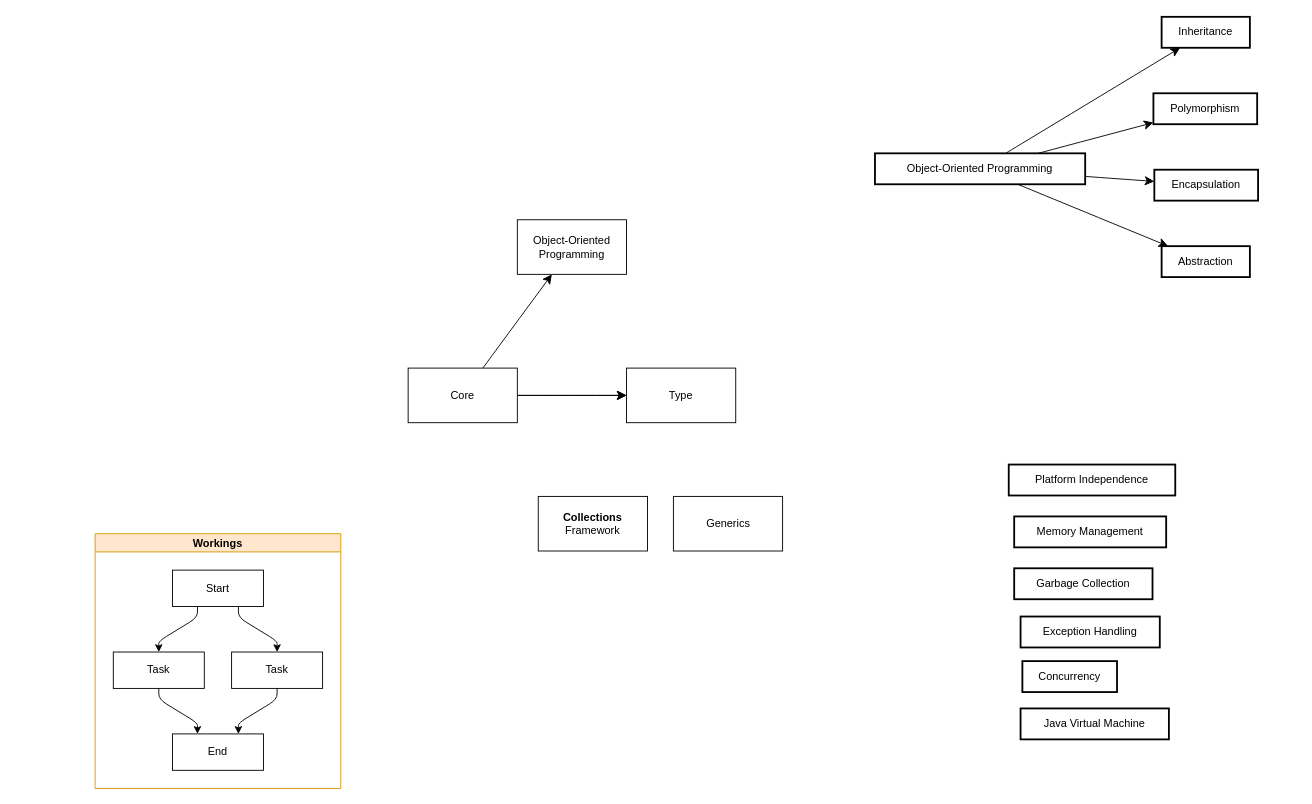
The draw.io diagram page "Java" (1 of 5) of Programming Languages.drawio in sunflynf/diagram-only, before the edit. Source tidied: cells renumbered, new cells numbered last; positions are measured from the earlier drawing's top-left corner, leaving out a move shared by most shapes. Both pictures are drawn from the tidied source at 91%, with x=0, y=0 at pixel (95, 16).
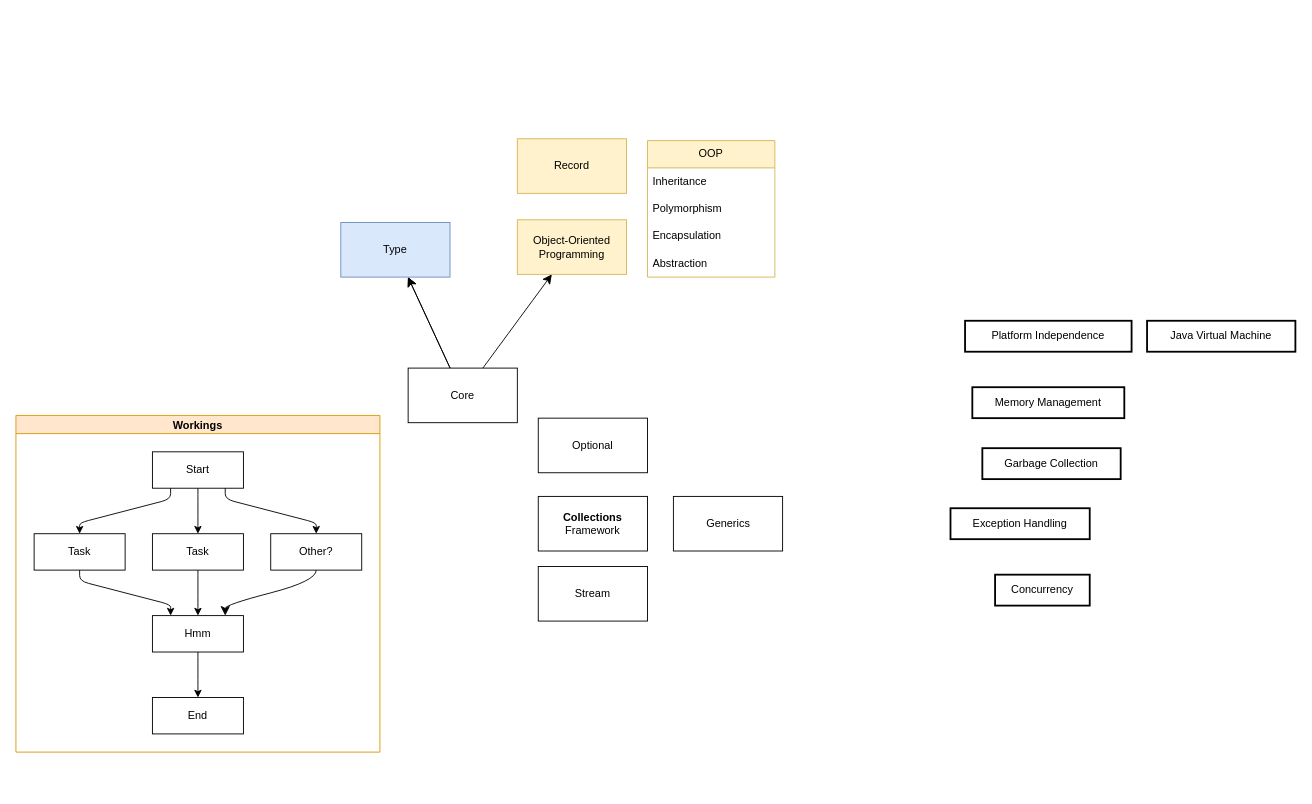
The same diagram, later.

Unchanged cells that the change refers to:
```xml
<mxCell id="24" value="Task" style="whiteSpace=wrap;html=1;" parent="22" vertex="1">
  <mxGeometry x="20" y="130" width="100" height="40" as="geometry" />
</mxCell>
<mxCell id="26" value="Task" style="whiteSpace=wrap;html=1;" parent="22" vertex="1">
  <mxGeometry x="150" y="130" width="100" height="40" as="geometry" />
</mxCell>
<mxCell id="32" value="&lt;b&gt;Collections&lt;/b&gt; Framework" style="whiteSpace=wrap;html=1;" parent="1" vertex="1">
  <mxGeometry x="487" y="527" width="120" height="60" as="geometry" />
</mxCell>
```

Change to the diagram source:
```diff
@@
-    <mxCell id="2" style="edgeStyle=none;curved=1;rounded=0;jettySize=auto;html=1;fontSize=12;startSize=8;endSize=8;" parent="1" edge="1" source="6" target="14">
-      <mxGeometry relative="1" as="geometry" />
-    </mxCell>
-    <mxCell id="3" style="edgeStyle=none;curved=1;rounded=0;jettySize=auto;html=1;fontSize=12;startSize=8;endSize=8;" parent="1" edge="1" source="6" target="13">
-      <mxGeometry relative="1" as="geometry" />
-    </mxCell>
-    <mxCell id="4" style="edgeStyle=none;curved=1;rounded=0;jettySize=auto;html=1;fontSize=12;startSize=8;endSize=8;" parent="1" edge="1" source="6" target="12">
-      <mxGeometry relative="1" as="geometry" />
-    </mxCell>
-    <mxCell id="5" style="edgeStyle=none;curved=1;rounded=0;jettySize=auto;html=1;fontSize=12;startSize=8;endSize=8;" parent="1" edge="1" source="6" target="15">
-      <mxGeometry relative="1" as="geometry" />
-    </mxCell>
-    <mxCell id="6" value="Object-Oriented Programming" style="whiteSpace=wrap;strokeWidth=2;" parent="1" vertex="1">
-      <mxGeometry x="857" y="150" width="231" height="34" as="geometry" />
-    </mxCell>
     <mxCell id="7" value="Platform Independence" style="whiteSpace=wrap;strokeWidth=2;" parent="1" vertex="1">
-      <mxGeometry x="1004" y="492" width="183" height="34" as="geometry" />
+      <mxGeometry x="956" y="334" width="183" height="34" as="geometry" />
     </mxCell>
     <mxCell id="8" value="Memory Management" style="whiteSpace=wrap;strokeWidth=2;" parent="1" vertex="1">
-      <mxGeometry x="1010" y="549" width="167" height="34" as="geometry" />
+      <mxGeometry x="964" y="407" width="167" height="34" as="geometry" />
     </mxCell>
     <mxCell id="9" value="Garbage Collection" style="whiteSpace=wrap;strokeWidth=2;" parent="1" vertex="1">
-      <mxGeometry x="1010" y="606" width="152" height="34" as="geometry" />
+      <mxGeometry x="975" y="474" width="152" height="34" as="geometry" />
     </mxCell>
     <mxCell id="10" value="Exception Handling" style="whiteSpace=wrap;strokeWidth=2;" parent="1" vertex="1">
-      <mxGeometry x="1017" y="659" width="153" height="34" as="geometry" />
+      <mxGeometry x="940" y="540" width="153" height="34" as="geometry" />
     </mxCell>
     <mxCell id="11" value="Concurrency" style="whiteSpace=wrap;strokeWidth=2;" parent="1" vertex="1">
-      <mxGeometry x="1019" y="708" width="104" height="34" as="geometry" />
+      <mxGeometry x="989" y="613" width="104" height="34" as="geometry" />
     </mxCell>
-    <mxCell id="12" value="Inheritance" style="whiteSpace=wrap;strokeWidth=2;" parent="1" vertex="1">
-      <mxGeometry x="1172" width="97" height="34" as="geometry" />
-    </mxCell>
-    <mxCell id="13" value="Polymorphism" style="whiteSpace=wrap;strokeWidth=2;" parent="1" vertex="1">
-      <mxGeometry x="1163" y="84" width="114" height="34" as="geometry" />
-    </mxCell>
-    <mxCell id="14" value="Encapsulation" style="whiteSpace=wrap;strokeWidth=2;" parent="1" vertex="1">
-      <mxGeometry x="1164" y="168" width="114" height="34" as="geometry" />
-    </mxCell>
-    <mxCell id="15" value="Abstraction" style="whiteSpace=wrap;strokeWidth=2;" parent="1" vertex="1">
-      <mxGeometry x="1172" y="252" width="97" height="34" as="geometry" />
-    </mxCell>
     <mxCell id="16" value="Java Virtual Machine" style="whiteSpace=wrap;strokeWidth=2;" parent="1" vertex="1">
-      <mxGeometry x="1017" y="760" width="163" height="34" as="geometry" />
+      <mxGeometry x="1156" y="334" width="163" height="34" as="geometry" />
     </mxCell>
@@
-    <mxCell id="21" value="Object-Oriented Programming" style="whiteSpace=wrap;html=1;verticalAlign=middle;" parent="1" vertex="1">
+    <mxCell id="21" value="Object-Oriented Programming" style="whiteSpace=wrap;html=1;verticalAlign=middle;fillColor=#fff2cc;strokeColor=#d6b656;" parent="1" vertex="1">
       <mxGeometry x="464" y="223" width="120" height="60" as="geometry" />
     </mxCell>
     <mxCell id="22" value="Workings" style="swimlane;startSize=20;horizontal=1;flowOrientation=north;interRankCellSpacing=50;containerType=tree;fontSize=12;fillColor=#ffe6cc;strokeColor=#d79b00;" parent="1" vertex="1">
-      <mxGeometry y="568" width="270" height="280" as="geometry" />
+      <mxGeometry x="-87" y="438" width="400" height="370" as="geometry" />
     </mxCell>
     <mxCell id="23" value="Start" style="whiteSpace=wrap;html=1;" parent="22" vertex="1">
-      <mxGeometry x="85" y="40" width="100" height="40" as="geometry" />
+      <mxGeometry x="150" y="40" width="100" height="40" as="geometry" />
     </mxCell>
@@
     <mxCell id="25" style="html=1;rounded=1;curved=0;sourcePerimeterSpacing=0;targetPerimeterSpacing=0;startSize=6;endSize=6;fontSize=12;noEdgeStyle=1;orthogonal=1;" parent="22" edge="1" source="23" target="24">
       <mxGeometry relative="1" as="geometry">
         <Array as="points">
-          <mxPoint x="112.5" y="92" />
+          <mxPoint x="170" y="92" />
           <mxPoint x="70" y="118" />
         </Array>
       </mxGeometry>
     </mxCell>
@@
     <mxCell id="27" style="html=1;rounded=1;curved=0;sourcePerimeterSpacing=0;targetPerimeterSpacing=0;startSize=6;endSize=6;fontSize=12;noEdgeStyle=1;orthogonal=1;" parent="22" edge="1" source="23" target="26">
       <mxGeometry relative="1" as="geometry">
         <Array as="points">
-          <mxPoint x="157.5" y="92" />
+          <mxPoint x="200" y="94" />
           <mxPoint x="200" y="118" />
         </Array>
       </mxGeometry>
     </mxCell>
-    <mxCell id="28" value="End" style="whiteSpace=wrap;html=1;" parent="22" vertex="1">
-      <mxGeometry x="85" y="220" width="100" height="40" as="geometry" />
+    <mxCell id="28" value="Hmm" style="whiteSpace=wrap;html=1;" parent="22" vertex="1">
+      <mxGeometry x="150" y="220" width="100" height="40" as="geometry" />
     </mxCell>
     <mxCell id="29" style="html=1;rounded=1;curved=0;sourcePerimeterSpacing=0;targetPerimeterSpacing=0;startSize=6;endSize=6;fontSize=12;noEdgeStyle=1;orthogonal=1;" parent="22" edge="1" source="24" target="28">
       <mxGeometry relative="1" as="geometry">
         <Array as="points">
           <mxPoint x="70" y="182" />
-          <mxPoint x="112.5" y="208" />
+          <mxPoint x="170" y="208" />
         </Array>
       </mxGeometry>
     </mxCell>
     <mxCell id="30" style="html=1;rounded=1;curved=0;sourcePerimeterSpacing=0;targetPerimeterSpacing=0;startSize=6;endSize=6;fontSize=12;noEdgeStyle=1;orthogonal=1;" parent="22" edge="1" source="26" target="28">
       <mxGeometry relative="1" as="geometry">
         <Array as="points">
           <mxPoint x="200" y="182" />
-          <mxPoint x="157.5" y="208" />
+          <mxPoint x="200" y="206" />
         </Array>
       </mxGeometry>
     </mxCell>
+    <mxCell id="34" style="html=1;rounded=1;curved=0;sourcePerimeterSpacing=0;targetPerimeterSpacing=0;startSize=6;endSize=6;fontSize=12;noEdgeStyle=1;orthogonal=1;" parent="22" edge="1" source="28" target="35">
+      <mxGeometry relative="1" as="geometry">
+        <Array as="points">
+          <mxPoint x="200" y="272" />
+          <mxPoint x="200" y="298" />
+        </Array>
+      </mxGeometry>
+    </mxCell>
+    <mxCell id="35" value="End" style="whiteSpace=wrap;html=1;" parent="22" vertex="1">
+      <mxGeometry x="150" y="310" width="100" height="40" as="geometry" />
+    </mxCell>
+    <mxCell id="36" style="html=1;rounded=1;curved=0;sourcePerimeterSpacing=0;targetPerimeterSpacing=0;startSize=6;endSize=6;fontSize=12;noEdgeStyle=1;orthogonal=1;" parent="22" edge="1" source="23" target="38">
+      <mxGeometry relative="1" as="geometry">
+        <Array as="points">
+          <mxPoint x="230" y="92" />
+          <mxPoint x="330" y="118" />
+        </Array>
+      </mxGeometry>
+    </mxCell>
+    <mxCell id="37" style="edgeStyle=none;curved=1;rounded=0;jettySize=auto;html=1;fontSize=12;startSize=8;endSize=8;noEdgeStyle=1;orthogonal=1;" parent="22" edge="1" source="38" target="28">
+      <mxGeometry relative="1" as="geometry">
+        <Array as="points">
+          <mxPoint x="330" y="182" />
+          <mxPoint x="230" y="208" />
+        </Array>
+      </mxGeometry>
+    </mxCell>
+    <mxCell id="38" value="Other?" style="whiteSpace=wrap;html=1;" parent="22" vertex="1">
+      <mxGeometry x="280" y="130" width="100" height="40" as="geometry" />
+    </mxCell>
-    <mxCell id="31" value="Type" style="whiteSpace=wrap;html=1;" parent="1" vertex="1">
-      <mxGeometry x="584" y="386" width="120" height="60" as="geometry" />
+    <mxCell id="31" value="Type" style="whiteSpace=wrap;html=1;fillColor=#dae8fc;strokeColor=#6c8ebf;" parent="1" vertex="1">
+      <mxGeometry x="270" y="226" width="120" height="60" as="geometry" />
     </mxCell>
@@
+    <mxCell id="39" style="edgeStyle=none;curved=1;rounded=0;orthogonalLoop=1;jettySize=auto;html=1;exitX=1;exitY=0.75;exitDx=0;exitDy=0;fontSize=12;startSize=8;endSize=8;" parent="1" edge="1" source="32" target="32">
+      <mxGeometry relative="1" as="geometry" />
+    </mxCell>
+    <mxCell id="40" value="Stream" style="whiteSpace=wrap;html=1;" parent="1" vertex="1">
+      <mxGeometry x="487" y="604" width="120" height="60" as="geometry" />
+    </mxCell>
+    <mxCell id="41" value="Record" style="whiteSpace=wrap;html=1;fillColor=#fff2cc;strokeColor=#d6b656;" parent="1" vertex="1">
+      <mxGeometry x="464" y="134" width="120" height="60" as="geometry" />
+    </mxCell>
+    <mxCell id="42" value="Optional" style="whiteSpace=wrap;html=1;" parent="1" vertex="1">
+      <mxGeometry x="487" y="441" width="120" height="60" as="geometry" />
+    </mxCell>
+    <mxCell id="43" value="OOP" style="swimlane;fontStyle=0;horizontal=1;startSize=30;whiteSpace=wrap;html=1;fillColor=#fff2cc;strokeColor=#d6b656;" parent="1" vertex="1">
+      <mxGeometry x="607" y="136" width="140" height="150" as="geometry" />
+    </mxCell>
+    <mxCell id="12" value="Inheritance" style="text;strokeColor=none;fillColor=none;align=left;verticalAlign=middle;spacingLeft=4;spacingRight=4;overflow=hidden;points=[[0,0.5],[1,0.5]];portConstraint=eastwest;whiteSpace=wrap;html=1;" parent="43" vertex="1">
+      <mxGeometry y="30" width="140" height="30" as="geometry" />
+    </mxCell>
+    <mxCell id="13" value="Polymorphism" style="text;strokeColor=none;fillColor=none;align=left;verticalAlign=middle;spacingLeft=4;spacingRight=4;overflow=hidden;points=[[0,0.5],[1,0.5]];portConstraint=eastwest;whiteSpace=wrap;html=1;" parent="43" vertex="1">
+      <mxGeometry y="60" width="140" height="30" as="geometry" />
+    </mxCell>
+    <mxCell id="14" value="Encapsulation" style="text;strokeColor=none;fillColor=none;align=left;verticalAlign=middle;spacingLeft=4;spacingRight=4;overflow=hidden;points=[[0,0.5],[1,0.5]];portConstraint=eastwest;whiteSpace=wrap;html=1;" parent="43" vertex="1">
+      <mxGeometry y="90" width="140" height="30" as="geometry" />
+    </mxCell>
+    <mxCell id="15" value="Abstraction" style="text;strokeColor=none;fillColor=none;align=left;verticalAlign=middle;spacingLeft=4;spacingRight=4;overflow=hidden;points=[[0,0.5],[1,0.5]];portConstraint=eastwest;whiteSpace=wrap;html=1;" parent="43" vertex="1">
+      <mxGeometry y="120" width="140" height="30" as="geometry" />
+    </mxCell>
```
